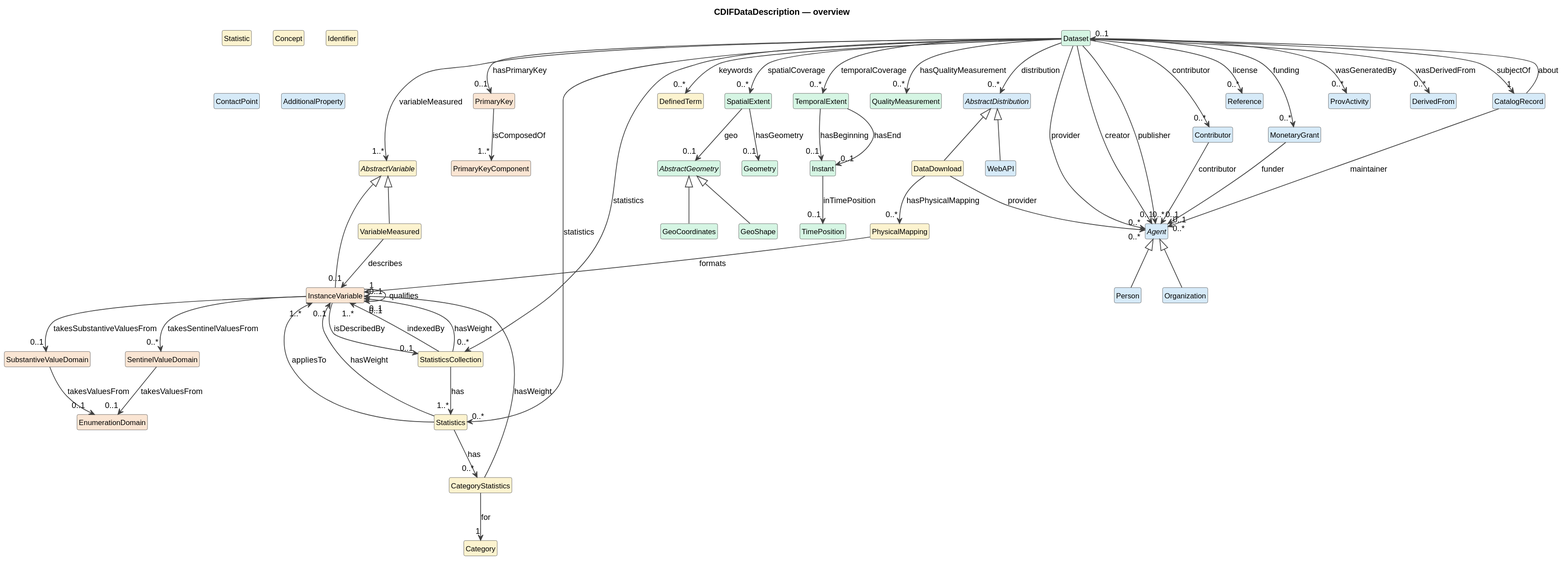
The PlantUML diagram cdif-uml-model/CDIFDataDescription/index.svg in Cross-Domain-Interoperability-Framework/metadataBuildingBlocks, before a commit.
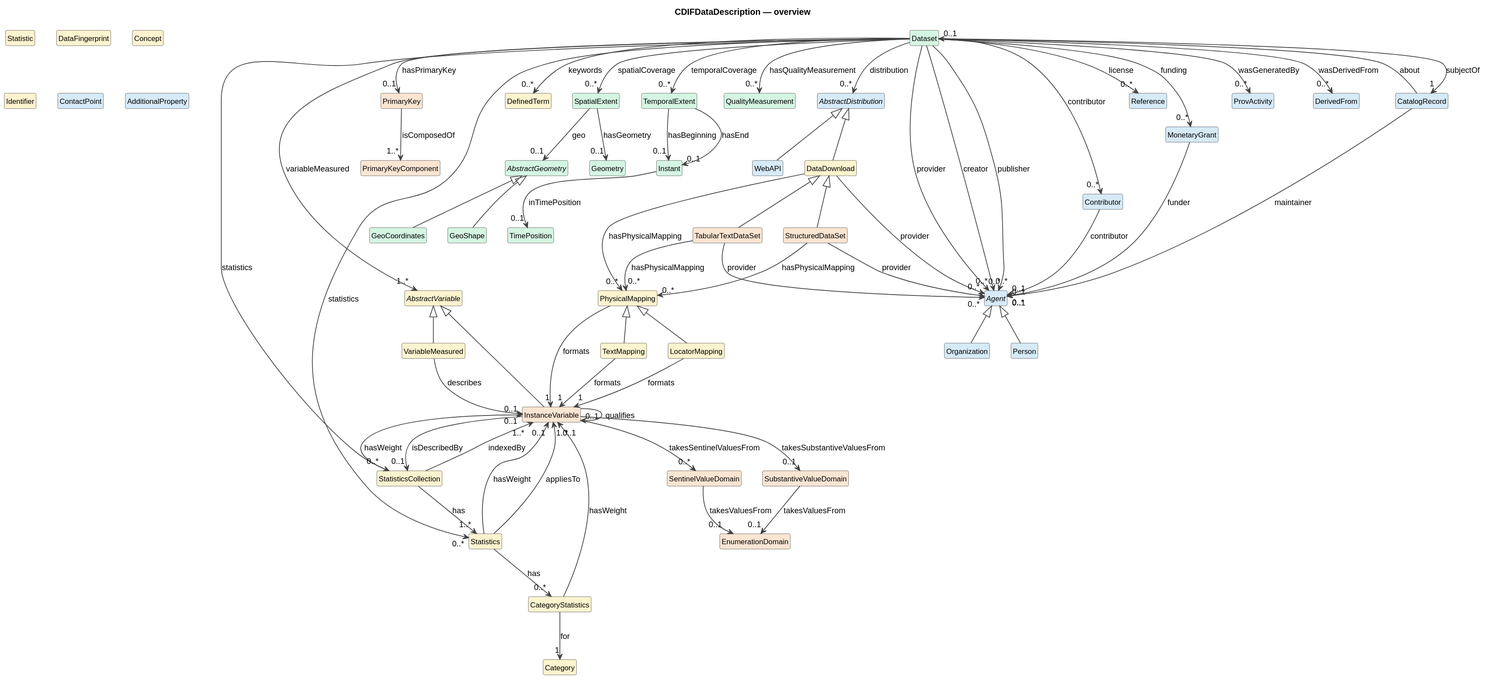
The same file after the commit.

What changed in the source:
```diff
@@ -25,6 +25,11 @@
 class "SentinelValueDomain" as SentinelValueDomain #FAE5D3
 class "EnumerationDomain" as EnumerationDomain #FAE5D3
 class "PhysicalMapping" as PhysicalMapping #FCF3CF
+class "TextMapping" as TextMapping #FCF3CF
+class "LocatorMapping" as LocatorMapping #FCF3CF
+class "TabularTextDataSet" as TabularTextDataSet #FAE5D3
+class "StructuredDataSet" as StructuredDataSet #FAE5D3
+class "DataFingerprint" as DataFingerprint #FCF3CF
 class "Concept" as Concept #FCF3CF
 class "Identifier" as Identifier #FCF3CF
 class "DefinedTerm" as DefinedTerm #FCF3CF
@@ -54,6 +59,10 @@
 AbstractVariable <|-- InstanceVariable
 AbstractVariable <|-- VariableMeasured
 AbstractDistribution <|-- DataDownload
+PhysicalMapping <|-- TextMapping
+PhysicalMapping <|-- LocatorMapping
+DataDownload <|-- TabularTextDataSet
+DataDownload <|-- StructuredDataSet
 AbstractGeometry <|-- GeoCoordinates
 AbstractGeometry <|-- GeoShape
 AbstractDistribution <|-- WebAPI
@@ -78,6 +87,12 @@
 SubstantiveValueDomain --> "0..1" EnumerationDomain : takesValuesFrom
 SentinelValueDomain --> "0..1" EnumerationDomain : takesValuesFrom
 PhysicalMapping --> "1" InstanceVariable : formats
+TextMapping --> "1" InstanceVariable : formats
+LocatorMapping --> "1" InstanceVariable : formats
+TabularTextDataSet --> "0..*" PhysicalMapping : hasPhysicalMapping
+TabularTextDataSet --> "0..*" Agent : provider
+StructuredDataSet --> "0..*" PhysicalMapping : hasPhysicalMapping
+StructuredDataSet --> "0..*" Agent : provider
 Dataset --> "1..*" AbstractVariable : variableMeasured
 Dataset --> "0..1" PrimaryKey : hasPrimaryKey
 Dataset --> "0..*" Statistics : statistics
```
